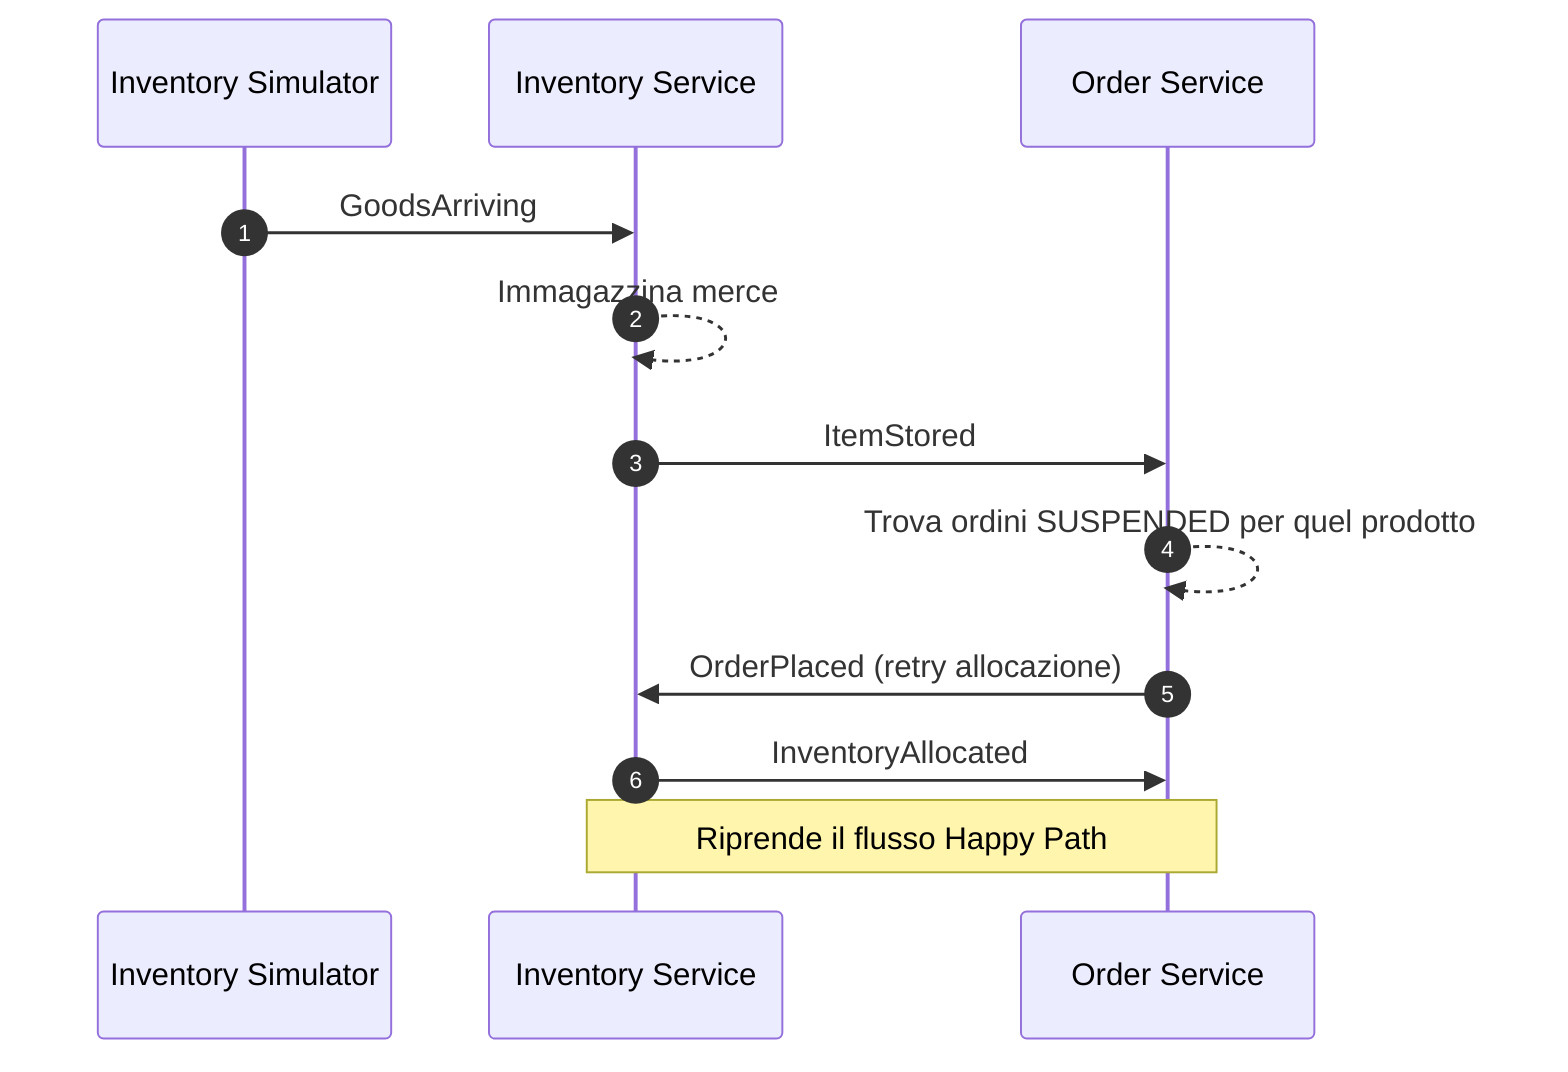
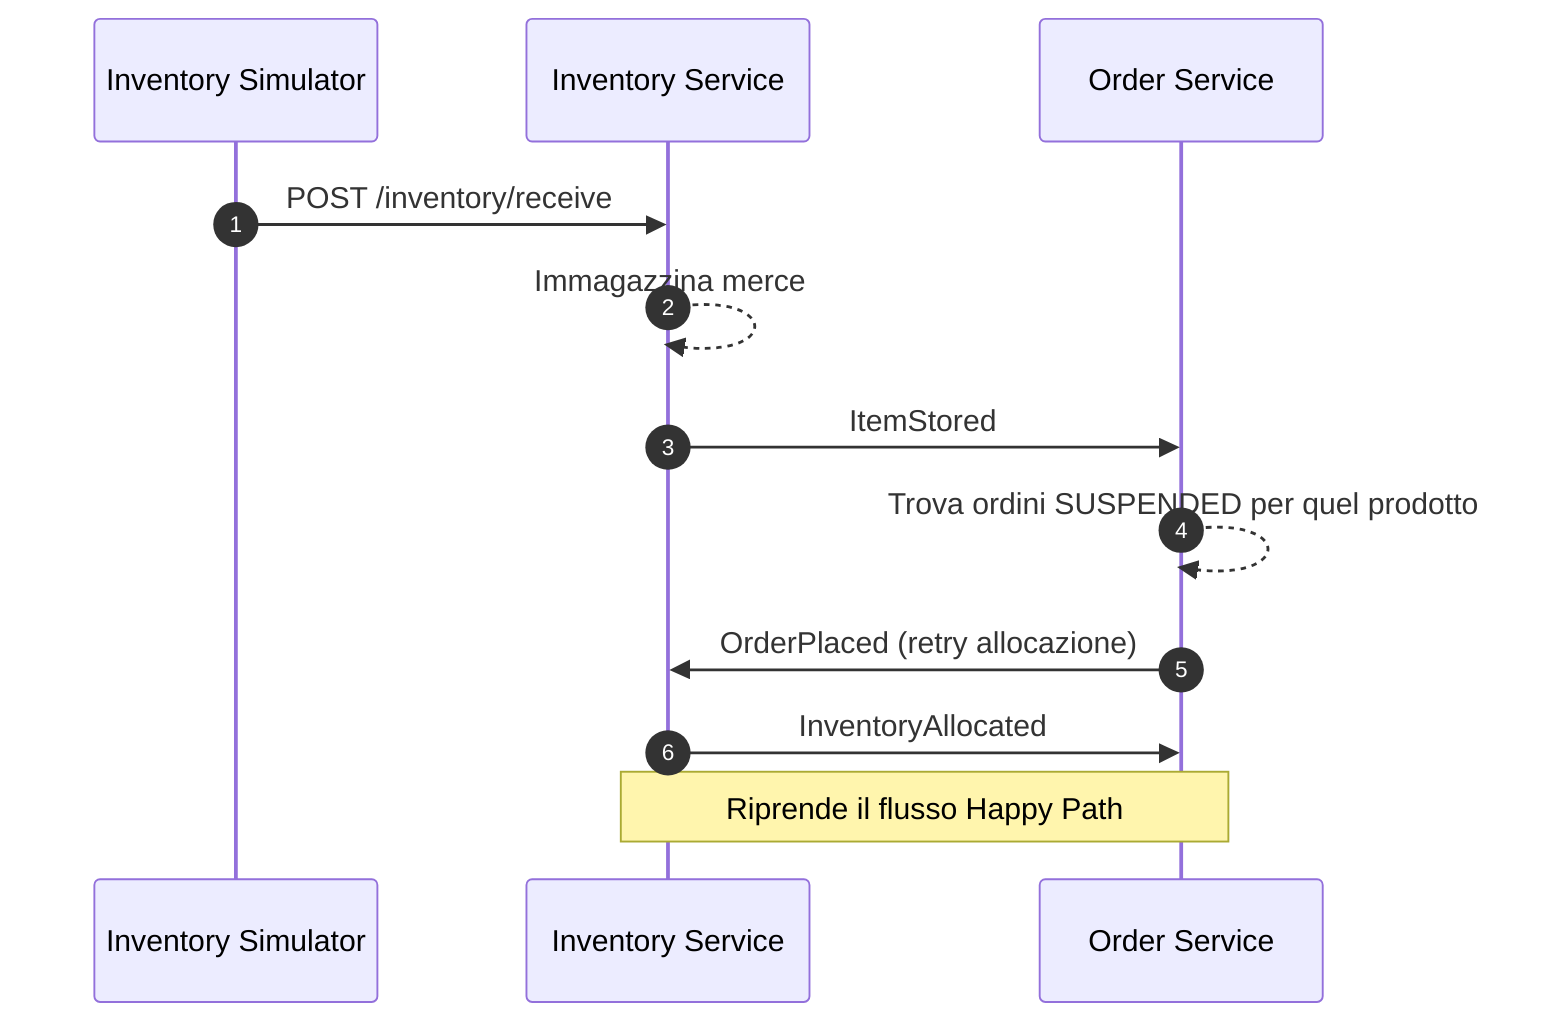
sequenceDiagram
    autonumber
    participant SIM as Inventory Simulator
    participant INV as Inventory Service
    participant ORD as Order Service

-     SIM->>INV: GoodsArriving
+     SIM->>INV: POST /inventory/receive
    INV-->>INV: Immagazzina merce
    INV->>ORD: ItemStored
    ORD-->>ORD: Trova ordini SUSPENDED per quel prodotto
    ORD->>INV: OrderPlaced (retry allocazione)
    INV->>ORD: InventoryAllocated
    Note over ORD,INV: Riprende il flusso Happy Path
